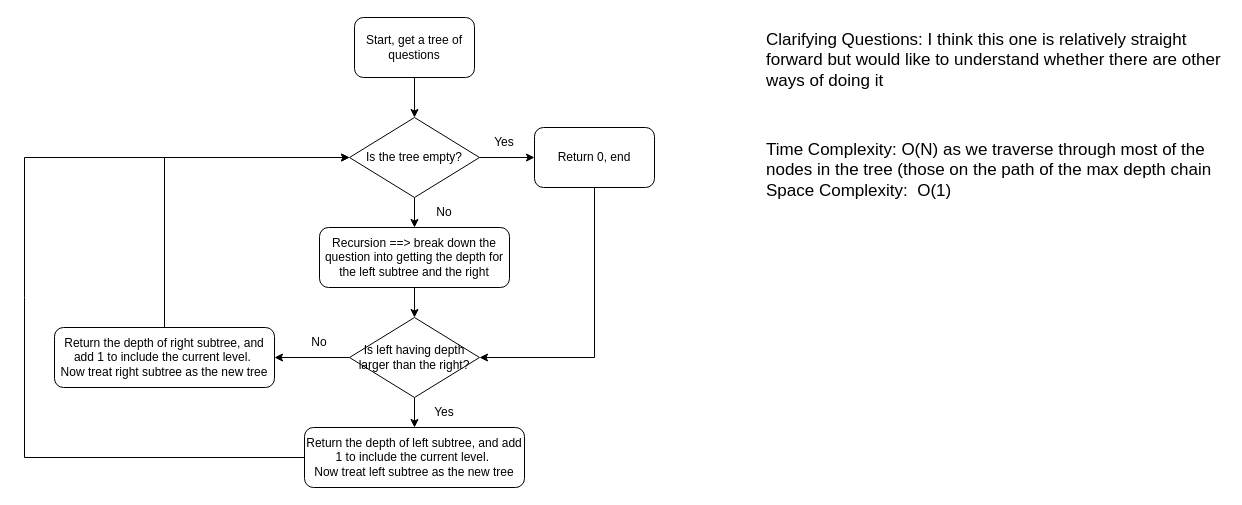
The draw.io diagram Decision Support System for a Financial Institution Using Binary Tree.drawio in yanatnsc/Decision-Support-System-for-a-Financial-Institution-Using-Binary-Tree, before the edit. Source tidied: cells renumbered, new cells numbered last; positions are measured from the earlier drawing's top-left corner, leaving out a move shared by most shapes. Both pictures are drawn from the tidied source at 100%, with x=0, y=0 at pixel (24, 17).
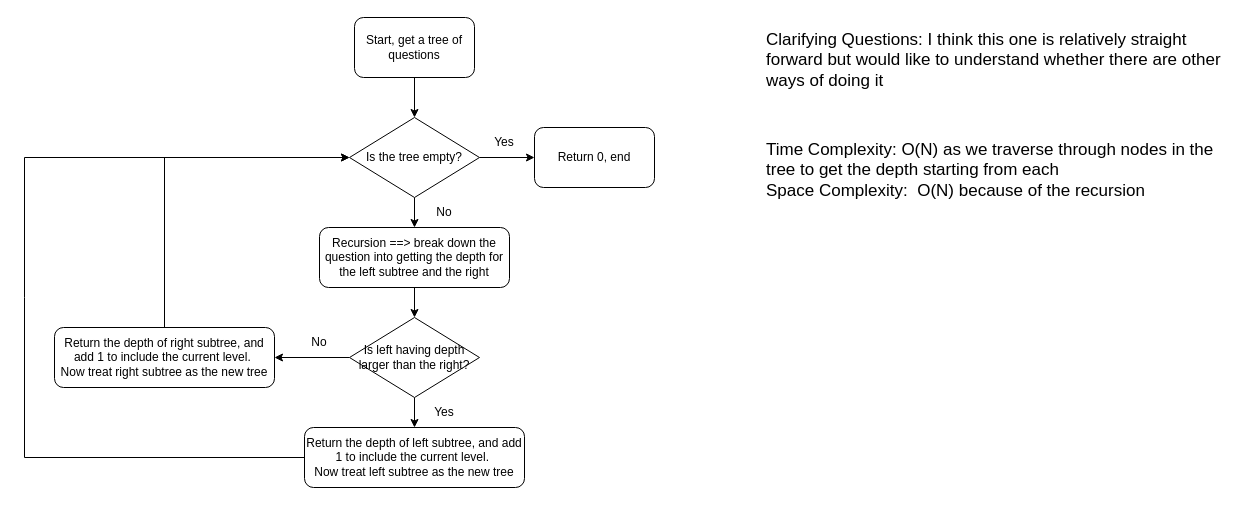
After the change.

The change refers to these unchanged cells:
```xml
<mxCell id="11" value="Return 0, end" style="rounded=1;whiteSpace=wrap;html=1;" parent="1" vertex="1">
  <mxGeometry x="510" y="110" width="120" height="60" as="geometry" />
</mxCell>
<mxCell id="14" value="Is left having depth larger than the right?" style="rhombus;whiteSpace=wrap;html=1;" parent="1" vertex="1">
  <mxGeometry x="325" y="300" width="130" height="80" as="geometry" />
</mxCell>
```

Change to the diagram source:
```diff
@@
-    <mxCell id="10" style="edgeStyle=orthogonalEdgeStyle;rounded=0;jettySize=auto;html=1;exitX=0.5;exitY=1;exitDx=0;exitDy=0;entryX=1;entryY=0.5;entryDx=0;entryDy=0;" parent="1" edge="1" source="11" target="14">
-      <mxGeometry relative="1" as="geometry" />
-    </mxCell>
@@
-    <mxCell id="22" value="&lt;span style=&quot;font-size: 17px;&quot;&gt;Time Complexity: O(N) as we traverse through most of the nodes in the tree (those on the path of the max depth chain&lt;/span&gt;&lt;div&gt;&lt;span style=&quot;font-size: 17px;&quot;&gt;Space Complexity:&amp;nbsp; O(1)&amp;nbsp;&lt;br&gt;&lt;/span&gt;&lt;/div&gt;" style="text;html=1;align=left;verticalAlign=middle;whiteSpace=wrap;rounded=0;" parent="1" vertex="1">
+    <mxCell id="22" value="&lt;span style=&quot;font-size: 17px;&quot;&gt;Time Complexity: O(N) as we traverse through nodes in the tree to get the depth starting from each&lt;/span&gt;&lt;div&gt;&lt;span style=&quot;font-size: 17px;&quot;&gt;Space Complexity:&amp;nbsp; O(N) because of the recursion&amp;nbsp;&lt;br&gt;&lt;/span&gt;&lt;/div&gt;" style="text;html=1;align=left;verticalAlign=middle;whiteSpace=wrap;rounded=0;" parent="1" vertex="1">
       <mxGeometry x="740" y="110" width="460" height="85" as="geometry" />
     </mxCell>
```
